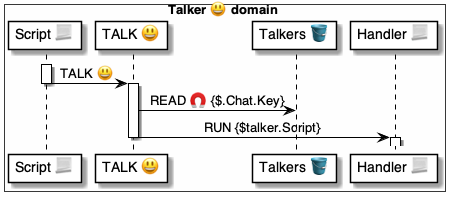
Above: 4 ⚙️ Solution/41 🎭 Domain Roles/Hosts 🤗/🤗⌘ Host cmds/TALK 😃/😃 TALK ⚙️ uml.png in pollyweb-org/pollyweb-docs (PlantUML), before the change. Its source is kept beside it as 4 ⚙️ Solution/41 🎭 Domain Roles/Hosts 🤗/🤗⌘ Host cmds/TALK 😃/😃 TALK ⚙️ uml.puml. Its diagram source:
```plantuml
@startuml Handle

box Talker 😃 domain #FFFFFA
    participant "Script 📃" as script
    participant "TALK 😃" as talk
    participant "Talkers 🪣" as talkers
    participant "Handler 📃" as talker
end box


activate script
    script -> talk: TALK 😃
deactivate script

activate talk
    talk -> talkers: READ 🧲 {$.Chat.Key}
    talk -> talker: RUN {$talker.Script}
deactivate talk

activate talker

@enduml
```
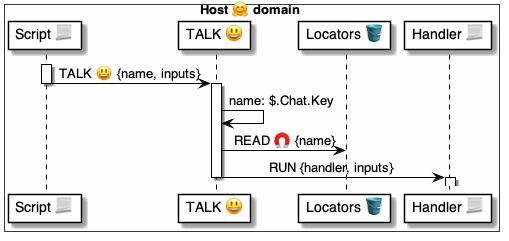
After the commit.

The edit, as a diff of the source:
```diff
@@ -1,20 +1,21 @@
-@startuml Handle
+@startuml TALK
 
-box Talker 😃 domain #FFFFFA
+box Host 🤗 domain #FFFFFD
     participant "Script 📃" as script
     participant "TALK 😃" as talk
-    participant "Talkers 🪣" as talkers
+    participant "Locators 🪣" as talkers
     participant "Handler 📃" as talker
 end box
 
 
 activate script
-    script -> talk: TALK 😃
+    script -> talk: TALK 😃 {name, inputs}
 deactivate script
 
 activate talk
-    talk -> talkers: READ 🧲 {$.Chat.Key}
-    talk -> talker: RUN {$talker.Script}
+    talk -> talk: name: $.Chat.Key
+    talk -> talkers: READ 🧲 {name}
+    talk -> talker: RUN {handler, inputs}
 deactivate talk
 
 activate talker
```
